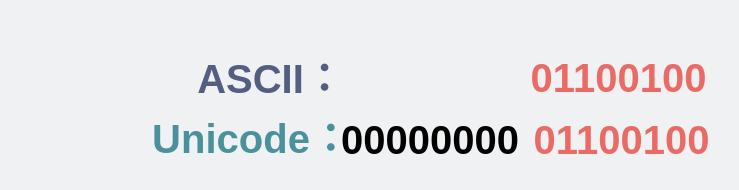
Before: network/unicode比ascii多使用一个字节.drawio in xiaobaiTech/image, a draw.io diagram. Source tidied: cells renumbered, new cells numbered last; positions are measured from the earlier drawing's top-left corner, leaving out a move shared by most shapes. Both pictures are drawn from the tidied source at 100%, with x=0, y=0 at pixel (152, 30).
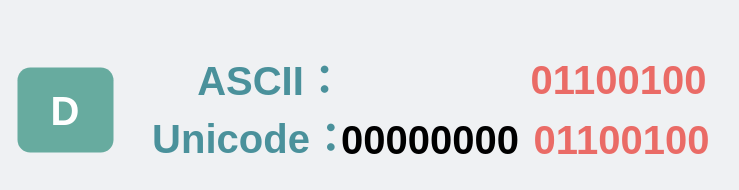
Above is the later version.

Commit message:
Update unicode比ascii多使用一个字节.drawio

The edit, as a diff of the source:
```diff
@@
 <mxGraphModel background="#EFF1F3">
   <root>
     <mxCell id="0" />
     <mxCell id="1" parent="0" />
     <mxCell id="2" value="&lt;font style=&quot;font-size: 40px&quot;&gt;01100100&lt;/font&gt;" style="text;html=1;strokeColor=none;fillColor=none;align=center;verticalAlign=middle;whiteSpace=wrap;rounded=0;fontSize=40;fontStyle=1;fontColor=#EA6B66;" parent="1" vertex="1">
       <mxGeometry x="368.5" y="79" width="201" height="59" as="geometry" />
     </mxCell>
     <mxCell id="3" value="&lt;font style=&quot;font-size: 40px&quot;&gt;&lt;font style=&quot;font-size: 40px&quot;&gt;Unicode&lt;/font&gt;&lt;font style=&quot;font-size: 40px&quot;&gt;：&lt;/font&gt;&lt;/font&gt;" style="text;html=1;strokeColor=none;fillColor=none;align=center;verticalAlign=middle;whiteSpace=wrap;rounded=0;fontSize=80;fontStyle=1;fontColor=#4A919B;" parent="1" vertex="1">
       <mxGeometry y="48" width="198" height="93" as="geometry" />
     </mxCell>
     <mxCell id="4" value="&lt;font style=&quot;font-size: 40px;&quot;&gt;00000000&lt;/font&gt;" style="text;html=1;strokeColor=none;fillColor=none;align=center;verticalAlign=middle;whiteSpace=wrap;rounded=0;fontSize=40;fontStyle=1;fontColor=#000000;" parent="1" vertex="1">
       <mxGeometry x="180" y="76" width="196" height="65" as="geometry" />
     </mxCell>
-    <mxCell id="5" value="&lt;font style=&quot;font-size: 40px&quot;&gt;&lt;font style=&quot;font-size: 40px&quot;&gt;ASCII：&lt;/font&gt;&lt;/font&gt;" style="text;html=1;strokeColor=none;fillColor=none;align=center;verticalAlign=middle;whiteSpace=wrap;rounded=0;fontSize=80;fontStyle=1;fontColor=#535E80;" parent="1" vertex="1">
-      <mxGeometry x="26" width="185" height="70" as="geometry" />
+    <mxCell id="5" value="&lt;font style=&quot;font-size: 40px&quot;&gt;&lt;font style=&quot;font-size: 40px&quot; color=&quot;#4a919b&quot;&gt;ASCII：&lt;/font&gt;&lt;/font&gt;" style="text;html=1;strokeColor=none;fillColor=none;align=center;verticalAlign=middle;whiteSpace=wrap;rounded=0;fontSize=80;fontStyle=1;fontColor=#535E80;" parent="1" vertex="1">
+      <mxGeometry x="26" y="2" width="185" height="70" as="geometry" />
     </mxCell>
     <mxCell id="6" value="&lt;font style=&quot;font-size: 40px&quot;&gt;01100100&lt;/font&gt;" style="text;html=1;strokeColor=none;fillColor=none;align=center;verticalAlign=middle;whiteSpace=wrap;rounded=0;fontSize=40;fontStyle=1;fontColor=#EA6B66;" parent="1" vertex="1">
-      <mxGeometry x="365.5" y="17" width="201" height="59" as="geometry" />
+      <mxGeometry x="365.5" y="19" width="201" height="59" as="geometry" />
     </mxCell>
+    <mxCell id="7" value="&lt;font color=&quot;#ffffff&quot;&gt;&lt;b&gt;D&lt;/b&gt;&lt;/font&gt;" style="rounded=1;whiteSpace=wrap;html=1;fontSize=40;fontColor=#7EC4C3;fillColor=#67AB9F;strokeColor=none;" parent="1" vertex="1">
+      <mxGeometry x="-135" y="37" width="96" height="85" as="geometry" />
+    </mxCell>
   </root>
 </mxGraphModel>
```
